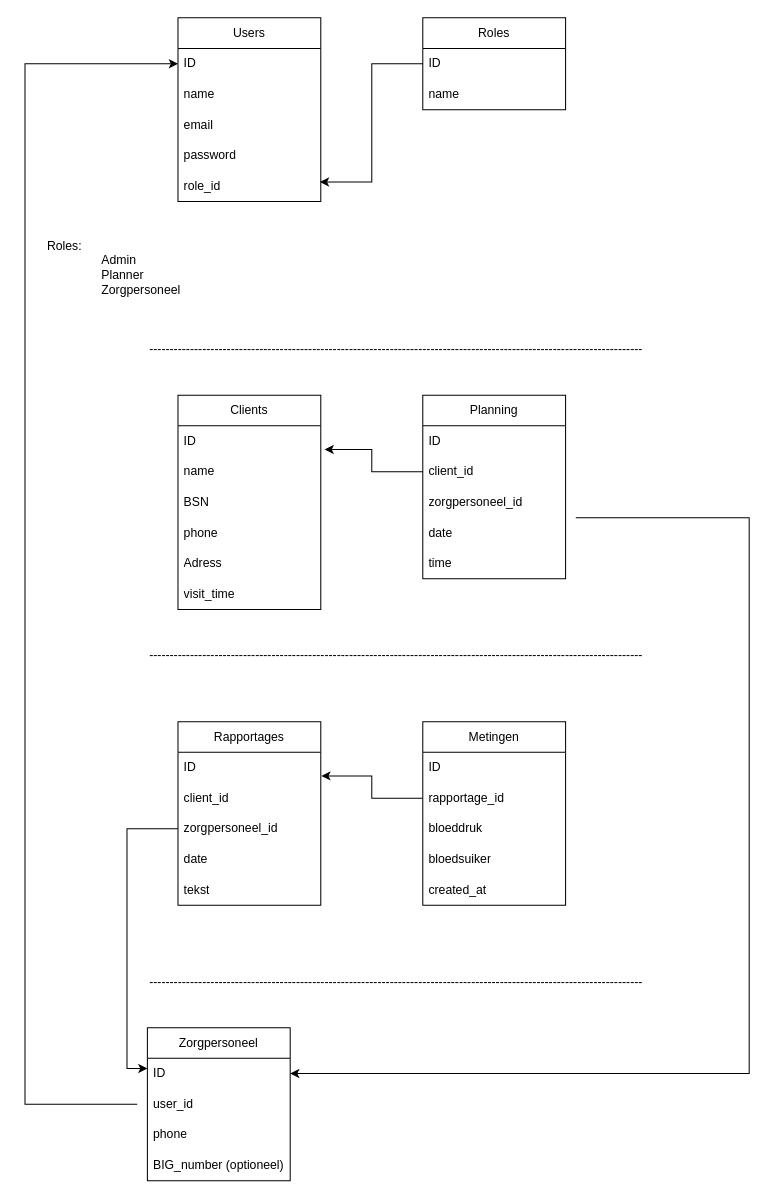
osamamohti2002/clienten_dossier keeps this draw.io diagram as Docs/EDR.drawio. Above is the earlier version. Source tidied: cells renumbered, new cells numbered last; positions are measured from the earlier drawing's top-left corner, leaving out a move shared by most shapes. Both pictures are drawn from the tidied source at 102%, with x=0, y=0 at pixel (24, 17).
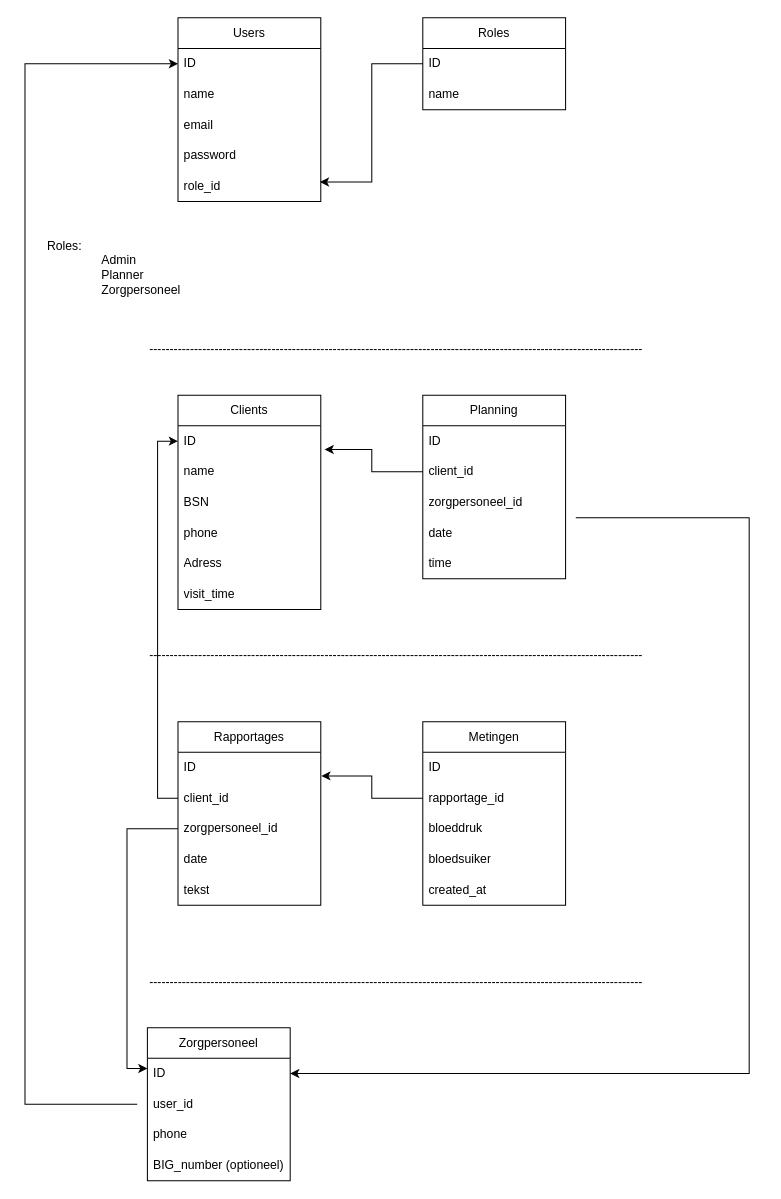
The same page after the edit.

Unchanged cells that the change refers to:
```xml
<mxCell id="15" value="ID" style="text;strokeColor=none;fillColor=none;align=left;verticalAlign=middle;spacingLeft=4;spacingRight=4;overflow=hidden;points=[[0,0.5],[1,0.5]];portConstraint=eastwest;whiteSpace=wrap;html=1;" parent="14" vertex="1">
  <mxGeometry y="30" width="140" height="30" as="geometry" />
</mxCell>
<mxCell id="31" value="client_id" style="text;strokeColor=none;fillColor=none;align=left;verticalAlign=middle;spacingLeft=4;spacingRight=4;overflow=hidden;points=[[0,0.5],[1,0.5]];portConstraint=eastwest;whiteSpace=wrap;html=1;" parent="29" vertex="1">
  <mxGeometry y="60" width="140" height="30" as="geometry" />
</mxCell>
```

The edit, as a diff of the source:
```diff
@@
+    <mxCell id="51" style="edgeStyle=orthogonalEdgeStyle;rounded=0;jettySize=auto;html=1;entryX=0;entryY=0.5;entryDx=0;entryDy=0;" parent="1" edge="1" source="31" target="15">
+      <mxGeometry relative="1" as="geometry" />
+    </mxCell>
```
